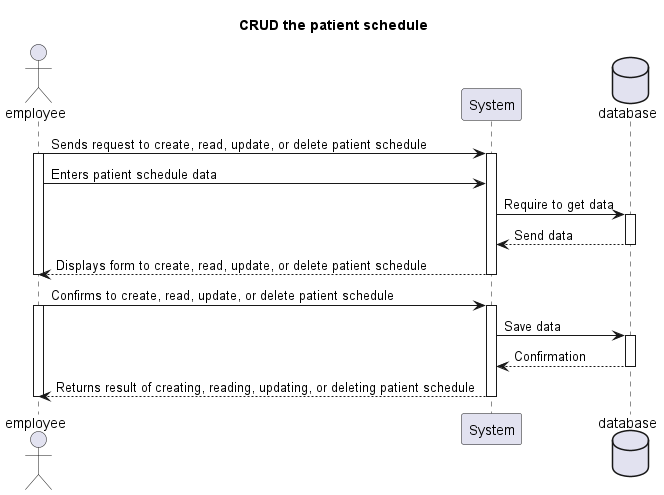
baonehe/SE357-Pratice-class keeps this PlantUML diagram as Lab1.2/Sequence diagram/CRUD patient Schedule.png. Above is the earlier version. Its diagram source:
```plantuml
@startuml
Title CRUD the patient schedule

actor employee
participant System
Database database

employee -> System: Sends request to create, read, update, or delete patient schedule
activate employee
activate System
employee -> System: Enters patient schedule data
System -> database: Require to get data
activate database
database --> System: Send data
deactivate database
System --> employee: Displays form to create, read, update, or delete patient schedule
deactivate System
deactivate employee

employee -> System: Confirms to create, read, update, or delete patient schedule
activate employee
activate System
System-> database: Save data
activate database
database --> System: Confirmation
deactivate database
System --> employee: Returns result of creating, reading, updating, or deleting patient schedule
deactivate System
deactivate employee
@enduml
```
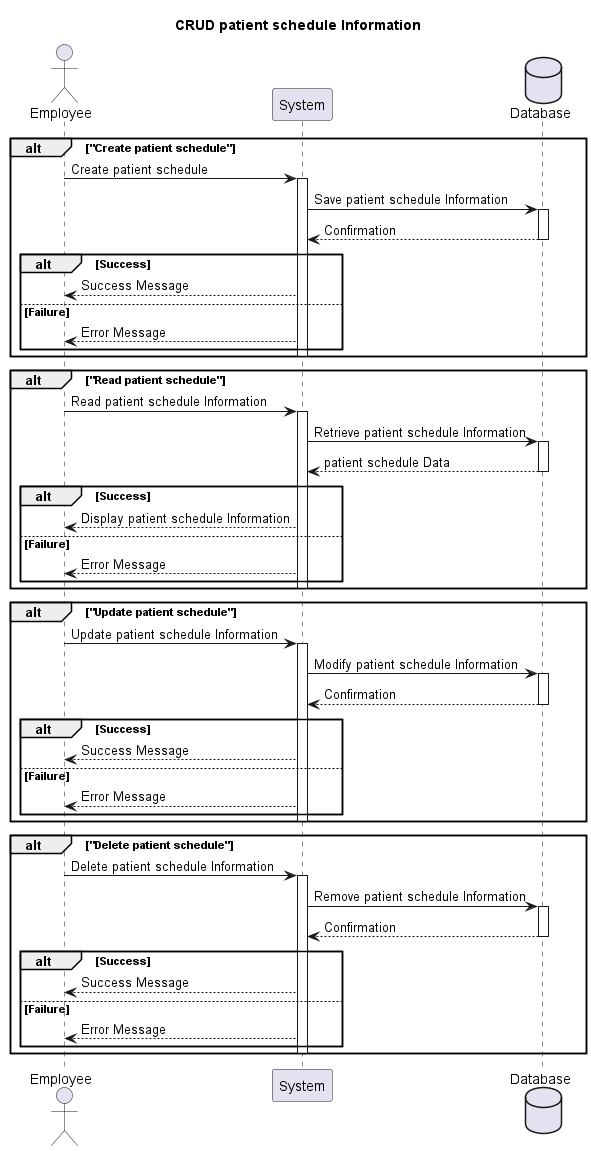
After the commit.

Diff of the diagram source:
```diff
@@ -1,30 +1,68 @@
 @startuml
-Title CRUD the patient schedule
+title CRUD patient schedule Information
 
-actor employee
+actor Employee
 participant System
-Database database
+database Database
 
-employee -> System: Sends request to create, read, update, or delete patient schedule
-activate employee
-activate System
-employee -> System: Enters patient schedule data
-System -> database: Require to get data
-activate database
-database --> System: Send data
-deactivate database
-System --> employee: Displays form to create, read, update, or delete patient schedule
-deactivate System
-deactivate employee
+alt "Create patient schedule"
+  Employee -> System: Create patient schedule
+  activate System
+  System -> Database: Save patient schedule Information
+  activate Database
+  Database --> System: Confirmation
+  deactivate Database
+  alt Success
+    System --> Employee: Success Message
+  else Failure
+    System --> Employee: Error Message
+  end
+  deactivate System
+end
 
-employee -> System: Confirms to create, read, update, or delete patient schedule
-activate employee
-activate System
-System-> database: Save data
-activate database
-database --> System: Confirmation
-deactivate database
-System --> employee: Returns result of creating, reading, updating, or deleting patient schedule
-deactivate System
-deactivate employee
+alt "Read patient schedule"
+  Employee -> System: Read patient schedule Information
+  activate System
+  System -> Database: Retrieve patient schedule Information
+  activate Database
+  Database --> System: patient schedule Data
+  deactivate Database
+  alt Success
+    System --> Employee: Display patient schedule Information
+  else Failure
+    System --> Employee: Error Message
+  end
+  deactivate System
+end
+
+alt "Update patient schedule"
+  Employee -> System: Update patient schedule Information
+  activate System
+  System -> Database: Modify patient schedule Information
+  activate Database
+  Database --> System: Confirmation
+  deactivate Database
+  alt Success
+    System --> Employee: Success Message
+  else Failure
+    System --> Employee: Error Message
+  end
+  deactivate System
+end
+
+alt "Delete patient schedule"
+  Employee -> System: Delete patient schedule Information
+  activate System
+  System -> Database: Remove patient schedule Information
+  activate Database
+  Database --> System: Confirmation
+  deactivate Database
+  alt Success
+    System --> Employee: Success Message
+  else Failure
+    System --> Employee: Error Message
+  end
+  deactivate System
+end
+
 @enduml
```
